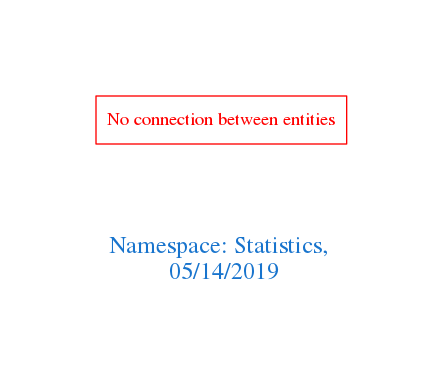
Before: downloads/Statistics.png, a diagram exported from Graphviz (arago/OGIT). Its source is kept beside it as downloads/Statistics.dot.
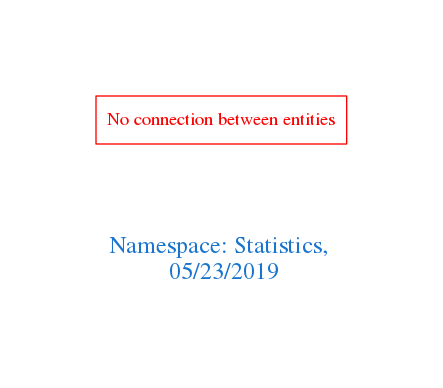
The same diagram one commit later.

Diff of the diagram source:
```diff
@@ -1,7 +1,7 @@
 digraph OGIT_ontology {
  graph [ rankdir= LR,pad=1
 fontsize = 18,
-fontcolor= dodgerblue3,label = "\n\n\nNamespace: Statistics, \n 05/14/2019"];
+fontcolor= dodgerblue3,label = "\n\n\nNamespace: Statistics, \n 05/23/2019"];
 node[shape=polygon];
 edge [  color="gray81"];
 
```
